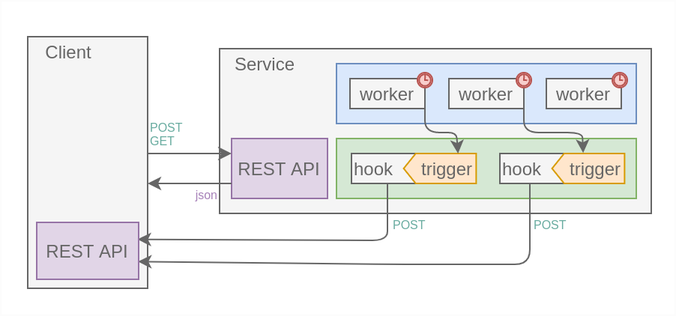
Before: scheme.png, a diagram exported from draw.io (derv-dice/service). Source tidied: cells renumbered, new cells last; positions are measured from the earlier drawing's top-left corner, leaving out a move shared by most shapes.
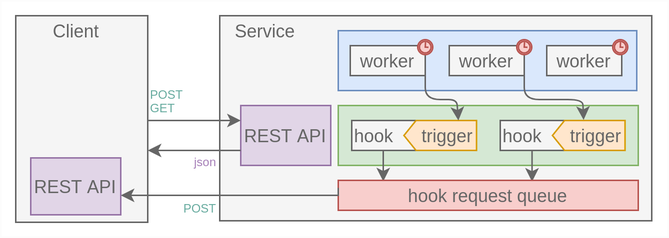
The same diagram one commit later.

Commit message:
Актуализация схемы в readme

Change to the diagram source:
```diff
@@ -2,124 +2,114 @@
   <root>
     <mxCell id="0" />
     <mxCell id="1" parent="0" />
-    <mxCell id="2" style="rounded=0;whiteSpace=wrap;html=1;fontSize=8;align=center;strokeColor=#FCFCFC;" parent="1" vertex="1">
-      <mxGeometry width="450" height="210" as="geometry" />
-    </mxCell>
-    <mxCell id="3" style="rounded=0;whiteSpace=wrap;html=1;fillColor=#f5f5f5;fontSize=8;fontColor=#333333;align=right;strokeColor=#666666;" parent="1" vertex="1">
-      <mxGeometry x="18" y="24" width="80" height="168" as="geometry" />
-    </mxCell>
-    <mxCell id="4" style="rounded=0;whiteSpace=wrap;html=1;fillColor=#f5f5f5;strokeColor=#666666;fontColor=#333333;" parent="1" vertex="1">
-      <mxGeometry x="146" y="32" width="288" height="110" as="geometry" />
-    </mxCell>
+    <mxCell id="32" style="rounded=0;whiteSpace=wrap;html=1;fontSize=8;align=center;strokeColor=#FCFCFC;" parent="1" vertex="1">
+      <mxGeometry x="-76" y="134" width="445" height="158" as="geometry" />
+    </mxCell>
+    <mxCell id="33" style="rounded=0;whiteSpace=wrap;html=1;fillColor=#f5f5f5;fontSize=8;fontColor=#333333;align=right;strokeColor=#666666;" parent="1" vertex="1">
+      <mxGeometry x="-66" y="144" width="88" height="138" as="geometry" />
+    </mxCell>
+    <mxCell id="34" style="rounded=0;whiteSpace=wrap;html=1;fillColor=#f5f5f5;strokeColor=#666666;fontColor=#333333;" parent="1" vertex="1">
+      <mxGeometry x="70" y="144" width="288" height="137" as="geometry" />
+    </mxCell>
     <mxCell id="5" value="Service" style="text;html=1;align=center;verticalAlign=middle;strokeColor=none;fontColor=#666666;" parent="1" vertex="1">
-      <mxGeometry x="146" y="32" width="60" height="20" as="geometry" />
+      <mxGeometry x="70" y="144" width="60" height="20" as="geometry" />
     </mxCell>
-    <mxCell id="6" style="rounded=0;whiteSpace=wrap;html=1;fillColor=#dae8fc;strokeColor=#6c8ebf;" parent="1" vertex="1">
-      <mxGeometry x="224" y="42" width="200" height="40" as="geometry" />
-    </mxCell>
-    <mxCell id="7" value="worker" style="rounded=0;whiteSpace=wrap;html=1;fillColor=#f5f5f5;strokeColor=#666666;fontColor=#666666;" parent="1" vertex="1">
-      <mxGeometry x="233" y="52" width="50" height="20" as="geometry" />
-    </mxCell>
-    <mxCell id="8" value="worker" style="rounded=0;whiteSpace=wrap;html=1;fillColor=#f5f5f5;strokeColor=#666666;fontColor=#666666;" parent="1" vertex="1">
-      <mxGeometry x="299" y="52" width="50" height="20" as="geometry" />
-    </mxCell>
-    <mxCell id="9" value="worker" style="rounded=0;whiteSpace=wrap;html=1;fillColor=#f5f5f5;strokeColor=#666666;fontColor=#666666;" parent="1" vertex="1">
-      <mxGeometry x="364" y="52" width="50" height="20" as="geometry" />
-    </mxCell>
-    <mxCell id="10" style="rounded=0;whiteSpace=wrap;html=1;fillColor=#d5e8d4;strokeColor=#82b366;" parent="1" vertex="1">
-      <mxGeometry x="224" y="92" width="200" height="40" as="geometry" />
-    </mxCell>
-    <mxCell id="11" value="hook" style="rounded=0;whiteSpace=wrap;html=1;fillColor=#f5f5f5;strokeColor=#666666;fontColor=#666666;align=left;" parent="1" vertex="1">
-      <mxGeometry x="234" y="102" width="80" height="20" as="geometry" />
-    </mxCell>
-    <mxCell id="12" value="&lt;font color=&quot;#666666&quot;&gt;trigger&lt;/font&gt;" style="shape=offPageConnector;whiteSpace=wrap;html=1;align=right;rotation=90;size=0.16666666666666666;horizontal=0;verticalAlign=bottom;fillColor=#ffe6cc;strokeColor=#d79b00;" parent="1" vertex="1">
-      <mxGeometry x="283" y="87.8" width="20" height="48.4" as="geometry" />
-    </mxCell>
-    <mxCell id="13" value="hook" style="rounded=0;whiteSpace=wrap;html=1;fillColor=#f5f5f5;strokeColor=#666666;fontColor=#666666;align=left;" parent="1" vertex="1">
-      <mxGeometry x="333" y="102" width="80" height="20" as="geometry" />
-    </mxCell>
-    <mxCell id="14" value="&lt;font color=&quot;#666666&quot;&gt;trigger&lt;/font&gt;" style="shape=offPageConnector;whiteSpace=wrap;html=1;align=right;rotation=90;size=0.16666666666666666;horizontal=0;verticalAlign=bottom;fillColor=#ffe6cc;strokeColor=#d79b00;" parent="1" vertex="1">
-      <mxGeometry x="382" y="87.8" width="20" height="48.4" as="geometry" />
-    </mxCell>
-    <mxCell id="15" style="shape=mxgraph.bpmn.shape;html=1;verticalLabelPosition=bottom;labelBackgroundColor=#ffffff;verticalAlign=top;align=center;perimeter=ellipsePerimeter;outline=standard;symbol=timer;fillColor=#f8cecc;strokeColor=#b85450;" parent="1" vertex="1">
-      <mxGeometry x="278" y="48" width="10" height="10" as="geometry" />
-    </mxCell>
-    <mxCell id="16" style="shape=mxgraph.bpmn.shape;html=1;verticalLabelPosition=bottom;labelBackgroundColor=#ffffff;verticalAlign=top;align=center;perimeter=ellipsePerimeter;outline=standard;symbol=timer;fillColor=#f8cecc;strokeColor=#b85450;" parent="1" vertex="1">
-      <mxGeometry x="344" y="48" width="10" height="10" as="geometry" />
-    </mxCell>
-    <mxCell id="17" style="shape=mxgraph.bpmn.shape;html=1;verticalLabelPosition=bottom;labelBackgroundColor=#ffffff;verticalAlign=top;align=center;perimeter=ellipsePerimeter;outline=standard;symbol=timer;fillColor=#f8cecc;strokeColor=#b85450;" parent="1" vertex="1">
-      <mxGeometry x="408" y="48" width="10" height="10" as="geometry" />
-    </mxCell>
-    <mxCell id="18" style="endArrow=classic;html=1;fontColor=#666666;exitX=1;exitY=1;exitDx=0;exitDy=0;entryX=-0.019;entryY=0.571;entryDx=0;entryDy=0;entryPerimeter=0;fillColor=#f5f5f5;strokeColor=#666666;" parent="1" edge="1" source="8" target="14">
-      <mxGeometry relative="1" as="geometry">
-        <Array as="points">
-          <mxPoint x="349" y="88" />
-          <mxPoint x="388" y="88" />
-        </Array>
-      </mxGeometry>
-    </mxCell>
-    <mxCell id="19" style="endArrow=classic;html=1;fontColor=#666666;exitX=1;exitY=1;exitDx=0;exitDy=0;entryX=0;entryY=0.25;entryDx=0;entryDy=0;fillColor=#f5f5f5;strokeColor=#666666;" parent="1" edge="1" target="12">
-      <mxGeometry relative="1" as="geometry">
-        <mxPoint x="283" y="72" as="sourcePoint" />
-        <Array as="points">
-          <mxPoint x="283" y="88" />
-          <mxPoint x="304" y="88" />
-        </Array>
-      </mxGeometry>
-    </mxCell>
-    <mxCell id="20" value="REST API" style="rounded=0;whiteSpace=wrap;html=1;align=center;fillColor=#e1d5e7;strokeColor=#9673a6;fontColor=#666666;" parent="1" vertex="1">
-      <mxGeometry x="154" y="92" width="64" height="40" as="geometry" />
-    </mxCell>
-    <mxCell id="21" style="endArrow=classic;html=1;fontColor=#666666;exitX=1;exitY=1;exitDx=0;exitDy=0;fillColor=#f5f5f5;strokeColor=#666666;entryX=0.989;entryY=0.298;entryDx=0;entryDy=0;entryPerimeter=0;" parent="1" edge="1" target="31">
-      <mxGeometry relative="1" as="geometry">
-        <mxPoint x="258" y="122" as="sourcePoint" />
-        <Array as="points">
-          <mxPoint x="258" y="138" />
-          <mxPoint x="258" y="160" />
-        </Array>
-      </mxGeometry>
-    </mxCell>
-    <mxCell id="22" style="endArrow=classic;html=1;fontColor=#666666;exitX=0.25;exitY=1;exitDx=0;exitDy=0;fillColor=#f5f5f5;strokeColor=#666666;entryX=0.994;entryY=0.688;entryDx=0;entryDy=0;entryPerimeter=0;" parent="1" edge="1" source="13" target="31">
-      <mxGeometry relative="1" as="geometry">
-        <Array as="points">
-          <mxPoint x="353" y="176" />
-          <mxPoint x="260" y="176" />
-        </Array>
-      </mxGeometry>
-    </mxCell>
-    <mxCell id="23" style="endArrow=none;html=1;fontColor=#666666;fillColor=#f5f5f5;strokeColor=#666666;" parent="1" edge="1">
-      <mxGeometry relative="1" as="geometry">
-        <mxPoint x="98" y="24" as="sourcePoint" />
-        <mxPoint x="98" y="192" as="targetPoint" />
-      </mxGeometry>
-    </mxCell>
+    <mxCell id="35" style="rounded=0;whiteSpace=wrap;html=1;fillColor=#dae8fc;strokeColor=#6c8ebf;" parent="1" vertex="1">
+      <mxGeometry x="149" y="154" width="199" height="40" as="geometry" />
+    </mxCell>
+    <mxCell id="36" value="worker" style="rounded=0;whiteSpace=wrap;html=1;fillColor=#f5f5f5;strokeColor=#666666;fontColor=#666666;" parent="1" vertex="1">
+      <mxGeometry x="157" y="164" width="50" height="20" as="geometry" />
+    </mxCell>
+    <mxCell id="37" value="worker" style="rounded=0;whiteSpace=wrap;html=1;fillColor=#f5f5f5;strokeColor=#666666;fontColor=#666666;" parent="1" vertex="1">
+      <mxGeometry x="223" y="164" width="50" height="20" as="geometry" />
+    </mxCell>
+    <mxCell id="38" value="worker" style="rounded=0;whiteSpace=wrap;html=1;fillColor=#f5f5f5;strokeColor=#666666;fontColor=#666666;" parent="1" vertex="1">
+      <mxGeometry x="288" y="164" width="50" height="20" as="geometry" />
+    </mxCell>
+    <mxCell id="39" style="rounded=0;whiteSpace=wrap;html=1;fillColor=#d5e8d4;strokeColor=#82b366;" parent="1" vertex="1">
+      <mxGeometry x="149" y="204" width="200" height="40" as="geometry" />
+    </mxCell>
+    <mxCell id="40" style="edgeStyle=orthogonalEdgeStyle;rounded=0;jettySize=auto;html=1;exitX=0.25;exitY=1;exitDx=0;exitDy=0;entryX=0.15;entryY=0.033;entryDx=0;entryDy=0;entryPerimeter=0;strokeColor=#666666;" parent="1" edge="1" source="41" target="56">
+      <mxGeometry relative="1" as="geometry" />
+    </mxCell>
+    <mxCell id="41" value="hook" style="rounded=0;whiteSpace=wrap;html=1;fillColor=#f5f5f5;strokeColor=#666666;fontColor=#666666;align=left;" parent="1" vertex="1">
+      <mxGeometry x="158" y="214" width="80" height="20" as="geometry" />
+    </mxCell>
+    <mxCell id="42" value="&lt;font color=&quot;#666666&quot;&gt;trigger&lt;/font&gt;" style="shape=offPageConnector;whiteSpace=wrap;html=1;align=right;rotation=90;size=0.16666666666666666;horizontal=0;verticalAlign=bottom;fillColor=#ffe6cc;strokeColor=#d79b00;" parent="1" vertex="1">
+      <mxGeometry x="207" y="199.8" width="20" height="48.4" as="geometry" />
+    </mxCell>
+    <mxCell id="43" style="edgeStyle=orthogonalEdgeStyle;rounded=0;jettySize=auto;html=1;exitX=0.25;exitY=1;exitDx=0;exitDy=0;entryX=0.646;entryY=0.044;entryDx=0;entryDy=0;entryPerimeter=0;strokeColor=#666666;" parent="1" edge="1" source="44" target="56">
+      <mxGeometry relative="1" as="geometry" />
+    </mxCell>
+    <mxCell id="44" value="hook" style="rounded=0;whiteSpace=wrap;html=1;fillColor=#f5f5f5;strokeColor=#666666;fontColor=#666666;align=left;" parent="1" vertex="1">
+      <mxGeometry x="257" y="214" width="80" height="20" as="geometry" />
+    </mxCell>
+    <mxCell id="45" value="&lt;font color=&quot;#666666&quot;&gt;trigger&lt;/font&gt;" style="shape=offPageConnector;whiteSpace=wrap;html=1;align=right;rotation=90;size=0.16666666666666666;horizontal=0;verticalAlign=bottom;fillColor=#ffe6cc;strokeColor=#d79b00;" parent="1" vertex="1">
+      <mxGeometry x="306" y="199.8" width="20" height="48.4" as="geometry" />
+    </mxCell>
+    <mxCell id="46" style="shape=mxgraph.bpmn.shape;html=1;verticalLabelPosition=bottom;labelBackgroundColor=#ffffff;verticalAlign=top;align=center;perimeter=ellipsePerimeter;outline=standard;symbol=timer;fillColor=#f8cecc;strokeColor=#b85450;" parent="1" vertex="1">
+      <mxGeometry x="202" y="160" width="10" height="10" as="geometry" />
+    </mxCell>
+    <mxCell id="47" style="shape=mxgraph.bpmn.shape;html=1;verticalLabelPosition=bottom;labelBackgroundColor=#ffffff;verticalAlign=top;align=center;perimeter=ellipsePerimeter;outline=standard;symbol=timer;fillColor=#f8cecc;strokeColor=#b85450;" parent="1" vertex="1">
+      <mxGeometry x="268" y="160" width="10" height="10" as="geometry" />
+    </mxCell>
+    <mxCell id="48" style="shape=mxgraph.bpmn.shape;html=1;verticalLabelPosition=bottom;labelBackgroundColor=#ffffff;verticalAlign=top;align=center;perimeter=ellipsePerimeter;outline=standard;symbol=timer;fillColor=#f8cecc;strokeColor=#b85450;" parent="1" vertex="1">
+      <mxGeometry x="332" y="160" width="10" height="10" as="geometry" />
+    </mxCell>
+    <mxCell id="49" style="endArrow=classic;html=1;fontColor=#666666;exitX=1;exitY=1;exitDx=0;exitDy=0;entryX=-0.019;entryY=0.571;entryDx=0;entryDy=0;entryPerimeter=0;fillColor=#f5f5f5;strokeColor=#666666;" parent="1" edge="1" source="37" target="45">
+      <mxGeometry relative="1" as="geometry">
+        <Array as="points">
+          <mxPoint x="273" y="200" />
+          <mxPoint x="312" y="200" />
+        </Array>
+      </mxGeometry>
+    </mxCell>
+    <mxCell id="50" style="endArrow=classic;html=1;fontColor=#666666;exitX=1;exitY=1;exitDx=0;exitDy=0;entryX=0;entryY=0.25;entryDx=0;entryDy=0;fillColor=#f5f5f5;strokeColor=#666666;" parent="1" edge="1" target="42">
+      <mxGeometry relative="1" as="geometry">
+        <mxPoint x="207" y="184" as="sourcePoint" />
+        <Array as="points">
+          <mxPoint x="207" y="200" />
+          <mxPoint x="228" y="200" />
+        </Array>
+      </mxGeometry>
+    </mxCell>
+    <mxCell id="51" value="REST API" style="rounded=0;whiteSpace=wrap;html=1;align=center;fillColor=#e1d5e7;strokeColor=#9673a6;fontColor=#666666;" parent="1" vertex="1">
+      <mxGeometry x="84" y="204" width="60" height="40" as="geometry" />
+    </mxCell>
     <mxCell id="24" value="Client" style="text;html=1;align=center;verticalAlign=middle;strokeColor=none;fontColor=#666666;" parent="1" vertex="1">
-      <mxGeometry x="24" y="24" width="42" height="20" as="geometry" />
+      <mxGeometry x="-47" y="144" width="42" height="20" as="geometry" />
     </mxCell>
-    <mxCell id="25" style="endArrow=classic;html=1;fontColor=#666666;entryX=0;entryY=0.25;entryDx=0;entryDy=0;fillColor=#f5f5f5;strokeColor=#666666;" parent="1" edge="1" target="20">
-      <mxGeometry relative="1" as="geometry">
-        <mxPoint x="98" y="102" as="sourcePoint" />
-      </mxGeometry>
-    </mxCell>
-    <mxCell id="26" style="endArrow=classic;html=1;fontColor=#666666;exitX=0;exitY=0.75;exitDx=0;exitDy=0;fillColor=#f5f5f5;strokeColor=#666666;" parent="1" edge="1" source="20">
-      <mxGeometry relative="1" as="geometry">
-        <mxPoint x="98" y="122" as="targetPoint" />
-      </mxGeometry>
-    </mxCell>
+    <mxCell id="52" style="endArrow=classic;html=1;fontColor=#666666;entryX=0;entryY=0.25;entryDx=0;entryDy=0;fillColor=#f5f5f5;strokeColor=#666666;" parent="1" edge="1" target="51">
+      <mxGeometry relative="1" as="geometry">
+        <mxPoint x="22" y="214" as="sourcePoint" />
+      </mxGeometry>
+    </mxCell>
+    <mxCell id="53" style="endArrow=classic;html=1;fontColor=#666666;exitX=0;exitY=0.75;exitDx=0;exitDy=0;fillColor=#f5f5f5;strokeColor=#666666;" parent="1" edge="1" source="51">
+      <mxGeometry relative="1" as="geometry">
+        <mxPoint x="22" y="234" as="targetPoint" />
+      </mxGeometry>
+    </mxCell>
     <mxCell id="27" value="json" style="text;html=1;align=right;verticalAlign=middle;fontColor=#A680B8;fontSize=8;spacing=0;" parent="1" vertex="1">
-      <mxGeometry x="118" y="122" width="26" height="16" as="geometry" />
+      <mxGeometry x="41" y="234" width="26" height="16" as="geometry" />
     </mxCell>
     <mxCell id="28" value="POST&lt;br&gt;GET" style="text;html=1;align=left;verticalAlign=middle;fontSize=8;spacing=0;fontColor=#67AB9F;" parent="1" vertex="1">
-      <mxGeometry x="100" y="76" width="34" height="26" as="geometry" />
+      <mxGeometry x="24" y="188" width="34" height="26" as="geometry" />
     </mxCell>
-    <mxCell id="29" value="POST" style="text;html=1;align=left;verticalAlign=middle;fontSize=8;spacing=0;fontColor=#67AB9F;" parent="1" vertex="1">
-      <mxGeometry x="262" y="142" width="34" height="16" as="geometry" />
-    </mxCell>
-    <mxCell id="30" value="POST" style="text;html=1;align=left;verticalAlign=middle;fontSize=8;spacing=0;fontColor=#67AB9F;" parent="1" vertex="1">
-      <mxGeometry x="356" y="142" width="34" height="16" as="geometry" />
-    </mxCell>
-    <mxCell id="31" value="REST API" style="rounded=0;whiteSpace=wrap;html=1;align=center;fillColor=#e1d5e7;strokeColor=#9673a6;fontColor=#666666;" parent="1" vertex="1">
-      <mxGeometry x="24" y="148" width="68" height="38" as="geometry" />
-    </mxCell>
+    <mxCell id="54" value="POST" style="text;html=1;align=right;verticalAlign=middle;fontSize=8;spacing=0;fontColor=#67AB9F;" parent="1" vertex="1">
+      <mxGeometry x="33" y="265" width="34" height="16" as="geometry" />
+    </mxCell>
+    <mxCell id="55" value="REST API" style="rounded=0;whiteSpace=wrap;html=1;align=center;fillColor=#e1d5e7;strokeColor=#9673a6;fontColor=#666666;" parent="1" vertex="1">
+      <mxGeometry x="-56" y="239" width="60" height="38" as="geometry" />
+    </mxCell>
+    <mxCell id="56" value="hook request queue" style="rounded=0;whiteSpace=wrap;html=1;align=center;fillColor=#f8cecc;strokeColor=#b85450;fontColor=#666666;" parent="1" vertex="1">
+      <mxGeometry x="149" y="254" width="200" height="20" as="geometry" />
+    </mxCell>
+    <mxCell id="57" style="edgeStyle=orthogonalEdgeStyle;rounded=0;jettySize=auto;html=1;fontColor=#666666;strokeColor=#666666;exitX=0;exitY=0.25;exitDx=0;exitDy=0;" parent="1" edge="1" source="56" target="55">
+      <mxGeometry relative="1" as="geometry">
+        <Array as="points">
+          <mxPoint x="149" y="264" />
+        </Array>
+      </mxGeometry>
+    </mxCell>
   </root>
 </mxGraphModel>
```
